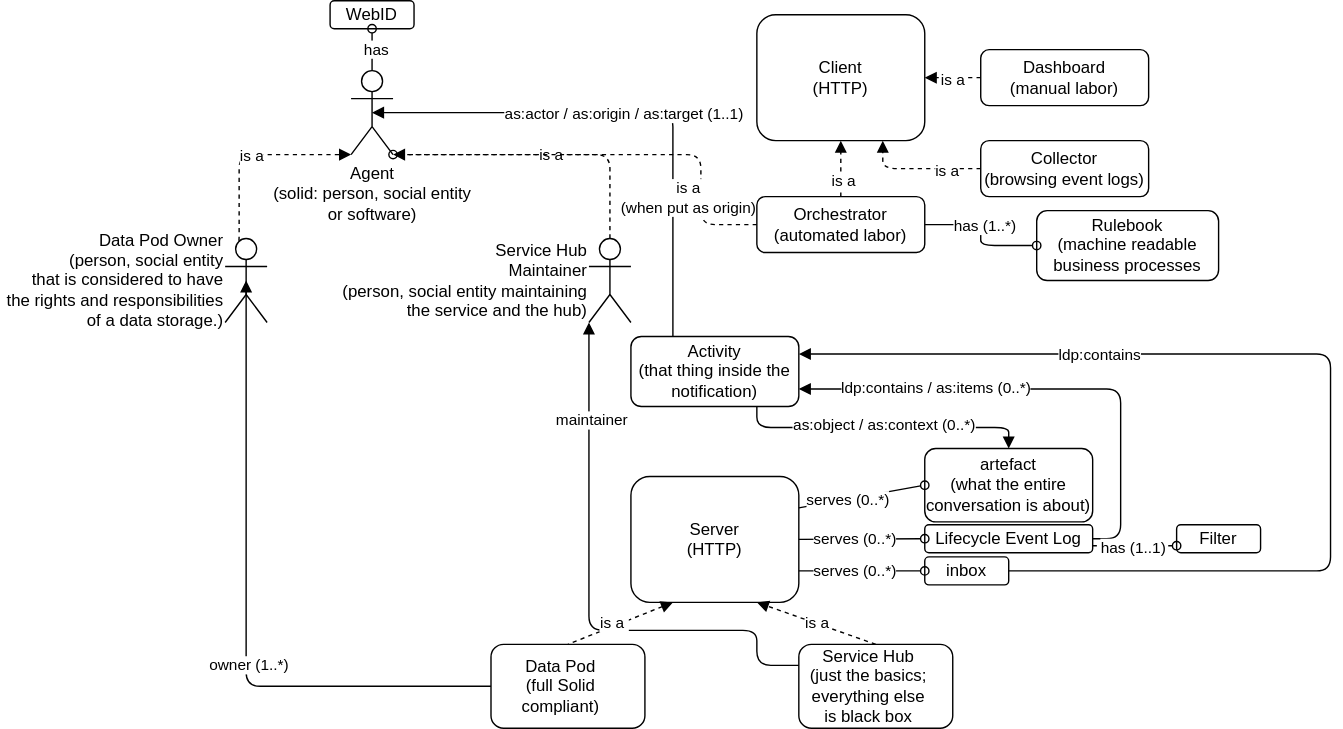
The draw.io diagram images/terminology.svg in MellonScholarlyCommunication/spec-overview, before a commit. Source tidied: cells renumbered, new cells last; positions are measured from the earlier drawing's top-left corner, leaving out a move shared by most shapes.
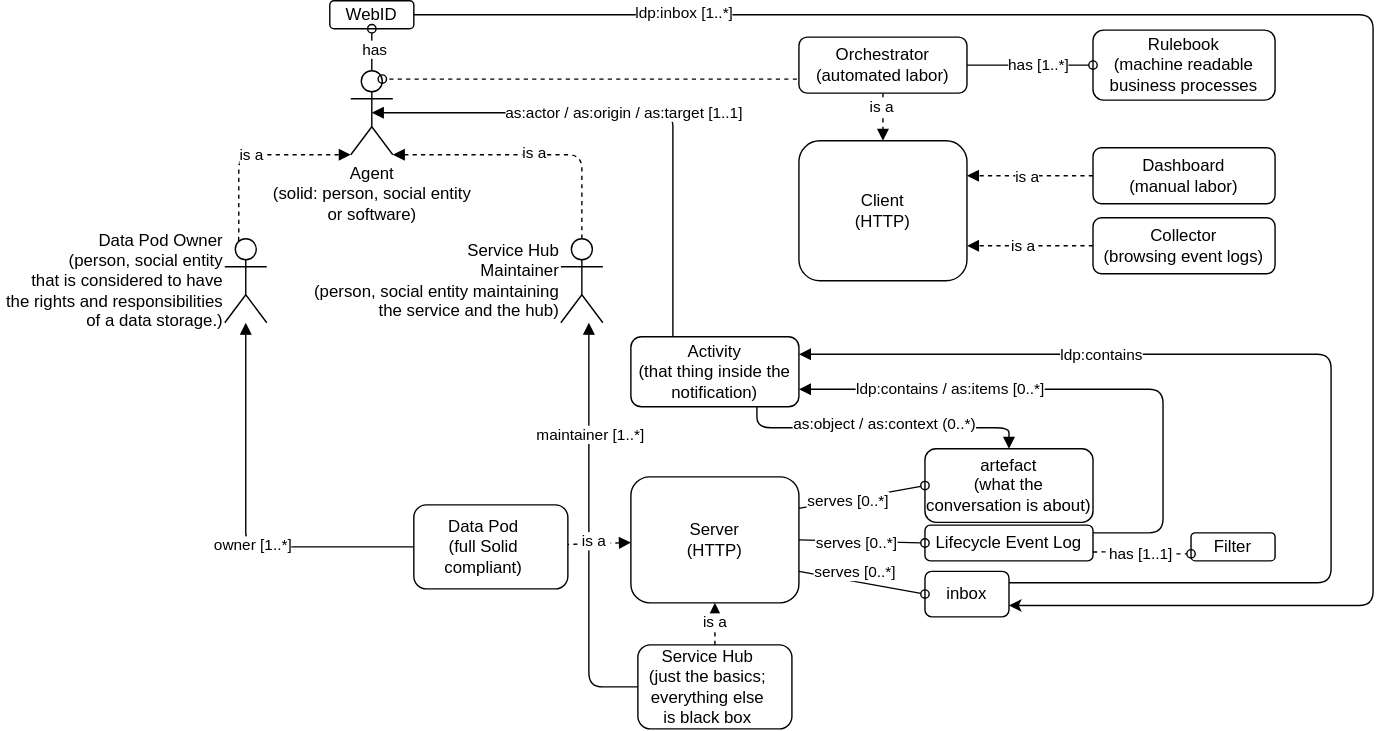
Above is the later version.

Commit message:
Updates terminology diagram

Change to the diagram source:
```diff
@@ -5,7 +5,7 @@
     <mxCell id="2" style="edgeStyle=orthogonalEdgeStyle;html=1;exitX=0.5;exitY=0.5;exitDx=0;exitDy=0;exitPerimeter=0;entryX=0.25;entryY=0;entryDx=0;entryDy=0;startArrow=block;startFill=1;endArrow=none;endFill=0;" parent="1" edge="1" source="6" target="35">
       <mxGeometry relative="1" as="geometry" />
     </mxCell>
-    <mxCell id="3" value="as:actor / as:origin / as:target (1..1)" style="edgeLabel;html=1;align=center;verticalAlign=middle;" parent="2" vertex="1">
+    <mxCell id="3" value="as:actor / as:origin / as:target [1..1]" style="edgeLabel;html=1;align=center;verticalAlign=middle;" parent="2" vertex="1">
       <mxGeometry x="-0.1" relative="1" as="geometry">
         <mxPoint x="10" as="offset" />
       </mxGeometry>
@@ -19,20 +19,20 @@
     <mxCell id="6" value="Agent&lt;br&gt;(solid: person, social entity &lt;br&gt;or software)" style="shape=umlActor;verticalLabelPosition=bottom;verticalAlign=top;html=1;outlineConnect=0;" parent="1" vertex="1">
       <mxGeometry x="90" y="50" width="30" height="60" as="geometry" />
     </mxCell>
-    <mxCell id="7" style="edgeStyle=orthogonalEdgeStyle;html=1;exitX=0;exitY=0.5;exitDx=0;exitDy=0;startArrow=none;startFill=0;endArrow=block;endFill=1;entryX=0.5;entryY=0.5;entryDx=0;entryDy=0;entryPerimeter=0;" parent="1" edge="1" source="9" target="39">
+    <mxCell id="7" style="edgeStyle=orthogonalEdgeStyle;html=1;exitX=0;exitY=0.5;exitDx=0;exitDy=0;startArrow=none;startFill=0;endArrow=block;endFill=1;" parent="1" edge="1" source="9" target="39">
       <mxGeometry relative="1" as="geometry">
         <Array as="points">
-          <mxPoint x="15" y="490" />
+          <mxPoint x="15" y="390" />
         </Array>
       </mxGeometry>
     </mxCell>
-    <mxCell id="8" value="owner (1..*)" style="edgeLabel;html=1;align=center;verticalAlign=middle;" parent="7" vertex="1">
+    <mxCell id="8" value="owner [1..*]" style="edgeLabel;html=1;align=center;verticalAlign=middle;" parent="7" vertex="1">
       <mxGeometry x="-0.18" y="-1" relative="1" as="geometry" />
     </mxCell>
     <mxCell id="9" value="&lt;div&gt;Data Pod&lt;br&gt;&lt;/div&gt;&lt;div&gt;(full Solid compliant)&lt;/div&gt;" style="rounded=1;whiteSpace=wrap;html=1;strokeWidth=1;strokeColor=default;align=center;verticalAlign=middle;spacingRight=10;fillColor=none;" parent="1" vertex="1">
-      <mxGeometry x="190" y="460" width="110" height="60" as="geometry" />
+      <mxGeometry x="135" y="360" width="110" height="60" as="geometry" />
     </mxCell>
-    <mxCell id="10" style="edgeStyle=none;html=1;exitX=0.5;exitY=0;exitDx=0;exitDy=0;entryX=0.75;entryY=1;entryDx=0;entryDy=0;endArrow=block;endFill=1;dashed=1;" parent="1" edge="1" source="14" target="22">
+    <mxCell id="10" style="edgeStyle=none;html=1;exitX=0.5;exitY=0;exitDx=0;exitDy=0;endArrow=block;endFill=1;dashed=1;" parent="1" edge="1" source="14" target="22">
       <mxGeometry relative="1" as="geometry" />
     </mxCell>
     <mxCell id="11" value="is a" style="edgeLabel;html=1;align=center;verticalAlign=middle;" parent="10" vertex="1">
@@ -40,25 +40,25 @@
         <mxPoint y="-1" as="offset" />
       </mxGeometry>
     </mxCell>
-    <mxCell id="12" style="edgeStyle=orthogonalEdgeStyle;html=1;exitX=0;exitY=0.25;exitDx=0;exitDy=0;startArrow=none;startFill=0;endArrow=block;endFill=1;entryX=0;entryY=1;entryDx=0;entryDy=0;entryPerimeter=0;" parent="1" edge="1" source="14" target="42">
+    <mxCell id="12" style="edgeStyle=orthogonalEdgeStyle;html=1;startArrow=none;startFill=0;endArrow=block;endFill=1;exitX=0;exitY=0.5;exitDx=0;exitDy=0;" parent="1" edge="1" source="14" target="42">
       <mxGeometry relative="1" as="geometry">
         <Array as="points">
-          <mxPoint x="380" y="475" />
-          <mxPoint x="380" y="450" />
-          <mxPoint x="260" y="450" />
+          <mxPoint x="260" y="490" />
         </Array>
       </mxGeometry>
     </mxCell>
-    <mxCell id="13" value="maintainer" style="edgeLabel;html=1;align=center;verticalAlign=middle;" parent="12" vertex="1">
-      <mxGeometry x="0.65" y="-1" relative="1" as="geometry" />
+    <mxCell id="13" value="maintainer [1..*]" style="edgeLabel;html=1;align=center;verticalAlign=middle;" parent="12" vertex="1">
+      <mxGeometry x="0.65" y="-1" relative="1" as="geometry">
+        <mxPoint y="28" as="offset" />
+      </mxGeometry>
     </mxCell>
     <mxCell id="14" value="&lt;div&gt;Service Hub&lt;br&gt;&lt;/div&gt;&lt;div&gt;(just the basics; everything else is&amp;nbsp;&lt;span&gt;black box&lt;/span&gt;&lt;/div&gt;" style="rounded=1;whiteSpace=wrap;html=1;strokeWidth=1;strokeColor=default;align=center;verticalAlign=middle;spacingRight=10;fillColor=none;" parent="1" vertex="1">
-      <mxGeometry x="410" y="460" width="110" height="60" as="geometry" />
+      <mxGeometry x="295" y="460" width="110" height="60" as="geometry" />
     </mxCell>
     <mxCell id="15" style="edgeStyle=none;html=1;exitX=1;exitY=0.25;exitDx=0;exitDy=0;entryX=0;entryY=0.5;entryDx=0;entryDy=0;endArrow=oval;endFill=0;" parent="1" edge="1" source="22" target="33">
       <mxGeometry relative="1" as="geometry" />
     </mxCell>
-    <mxCell id="16" value="serves (0..*)" style="edgeLabel;html=1;align=center;verticalAlign=middle;" parent="15" vertex="1">
+    <mxCell id="16" value="serves [0..*]" style="edgeLabel;html=1;align=center;verticalAlign=middle;" parent="15" vertex="1">
       <mxGeometry x="-0.23" y="1" relative="1" as="geometry">
         <mxPoint y="1" as="offset" />
       </mxGeometry>
@@ -66,7 +66,7 @@
     <mxCell id="17" style="edgeStyle=none;html=1;exitX=1;exitY=0.5;exitDx=0;exitDy=0;entryX=0;entryY=0.5;entryDx=0;entryDy=0;endArrow=oval;endFill=0;" parent="1" edge="1" source="22" target="30">
       <mxGeometry relative="1" as="geometry" />
     </mxCell>
-    <mxCell id="18" value="serves (0..*)" style="edgeLabel;html=1;align=center;verticalAlign=middle;" parent="17" vertex="1">
+    <mxCell id="18" value="serves [0..*]" style="edgeLabel;html=1;align=center;verticalAlign=middle;" parent="17" vertex="1">
       <mxGeometry x="0.03" y="2" relative="1" as="geometry">
         <mxPoint x="-6" y="2" as="offset" />
       </mxGeometry>
@@ -74,7 +74,7 @@
     <mxCell id="19" style="edgeStyle=none;html=1;exitX=1;exitY=0.75;exitDx=0;exitDy=0;entryX=0;entryY=0.5;entryDx=0;entryDy=0;endArrow=oval;endFill=0;" parent="1" edge="1" source="22" target="25">
       <mxGeometry relative="1" as="geometry" />
     </mxCell>
-    <mxCell id="20" style="edgeStyle=none;html=1;exitX=0.25;exitY=1;exitDx=0;exitDy=0;entryX=0.5;entryY=0;entryDx=0;entryDy=0;endArrow=none;endFill=0;startArrow=block;startFill=1;dashed=1;" parent="1" edge="1" source="22" target="9">
+    <mxCell id="20" style="edgeStyle=none;html=1;endArrow=none;endFill=0;startArrow=block;startFill=1;dashed=1;" parent="1" edge="1" source="22" target="9">
       <mxGeometry relative="1" as="geometry" />
     </mxCell>
     <mxCell id="21" value="is a&amp;nbsp;" style="edgeLabel;html=1;align=center;verticalAlign=middle;" parent="20" vertex="1">
@@ -83,10 +83,10 @@
     <mxCell id="22" value="Server&lt;br&gt;(HTTP)" style="rounded=1;whiteSpace=wrap;html=1;fillColor=none;" parent="1" vertex="1">
       <mxGeometry x="290" y="340" width="120" height="90" as="geometry" />
     </mxCell>
-    <mxCell id="23" style="edgeStyle=orthogonalEdgeStyle;html=1;exitX=1;exitY=0.5;exitDx=0;exitDy=0;entryX=1;entryY=0.25;entryDx=0;entryDy=0;startArrow=none;startFill=0;endArrow=block;endFill=1;" parent="1" edge="1" source="25" target="35">
+    <mxCell id="23" style="edgeStyle=orthogonalEdgeStyle;html=1;entryX=1;entryY=0.25;entryDx=0;entryDy=0;startArrow=none;startFill=0;endArrow=block;endFill=1;exitX=1;exitY=0.25;exitDx=0;exitDy=0;" parent="1" edge="1" source="25" target="35">
       <mxGeometry relative="1" as="geometry">
         <Array as="points">
-          <mxPoint x="790" y="408" />
+          <mxPoint x="790" y="416" />
           <mxPoint x="790" y="253" />
         </Array>
       </mxGeometry>
@@ -95,17 +95,17 @@
       <mxGeometry x="0.44" relative="1" as="geometry" />
     </mxCell>
     <mxCell id="25" value="inbox" style="rounded=1;whiteSpace=wrap;html=1;fillColor=none;" parent="1" vertex="1">
-      <mxGeometry x="500" y="397.5" width="60" height="20" as="geometry" />
+      <mxGeometry x="500" y="407.5" width="60" height="32.5" as="geometry" />
     </mxCell>
-    <mxCell id="26" style="edgeStyle=orthogonalEdgeStyle;html=1;exitX=1;exitY=0.5;exitDx=0;exitDy=0;entryX=1;entryY=0.75;entryDx=0;entryDy=0;startArrow=none;startFill=0;endArrow=block;endFill=1;" parent="1" edge="1" source="30" target="35">
+    <mxCell id="26" style="edgeStyle=orthogonalEdgeStyle;html=1;entryX=1;entryY=0.75;entryDx=0;entryDy=0;startArrow=none;startFill=0;endArrow=block;endFill=1;" parent="1" edge="1" source="30" target="35">
       <mxGeometry relative="1" as="geometry">
         <Array as="points">
-          <mxPoint x="640" y="385" />
-          <mxPoint x="640" y="278" />
+          <mxPoint x="670" y="380" />
+          <mxPoint x="670" y="278" />
         </Array>
       </mxGeometry>
     </mxCell>
-    <mxCell id="27" value="ldp:contains / as:items (0..*)" style="edgeLabel;html=1;align=center;verticalAlign=middle;" parent="26" vertex="1">
+    <mxCell id="27" value="ldp:contains / as:items [0..*]" style="edgeLabel;html=1;align=center;verticalAlign=middle;" parent="26" vertex="1">
       <mxGeometry x="0.6" y="-1" relative="1" as="geometry">
         <mxPoint x="25" as="offset" />
       </mxGeometry>
@@ -113,11 +113,11 @@
     <mxCell id="28" style="edgeStyle=orthogonalEdgeStyle;html=1;exitX=1;exitY=0.75;exitDx=0;exitDy=0;entryX=0;entryY=0.75;entryDx=0;entryDy=0;dashed=1;startArrow=none;startFill=0;endArrow=oval;endFill=0;" parent="1" edge="1" source="30" target="57">
       <mxGeometry relative="1" as="geometry" />
     </mxCell>
-    <mxCell id="29" value="has (1..1)" style="edgeLabel;html=1;align=center;verticalAlign=middle;" parent="28" vertex="1">
+    <mxCell id="29" value="has [1..1]" style="edgeLabel;html=1;align=center;verticalAlign=middle;" parent="28" vertex="1">
       <mxGeometry x="-0.05" y="-1" relative="1" as="geometry" />
     </mxCell>
     <mxCell id="30" value="Lifecycle Event Log" style="rounded=1;whiteSpace=wrap;html=1;fillColor=none;" parent="1" vertex="1">
-      <mxGeometry x="500" y="374.5" width="120" height="20" as="geometry" />
+      <mxGeometry x="500" y="374.5" width="120" height="25.5" as="geometry" />
     </mxCell>
     <mxCell id="31" style="edgeStyle=orthogonalEdgeStyle;html=1;exitX=0.5;exitY=0;exitDx=0;exitDy=0;entryX=0.75;entryY=1;entryDx=0;entryDy=0;startArrow=block;startFill=1;endArrow=none;endFill=0;" parent="1" edge="1" source="33" target="35">
       <mxGeometry relative="1" as="geometry" />
@@ -127,16 +127,27 @@
         <mxPoint x="23" as="offset" />
       </mxGeometry>
     </mxCell>
-    <mxCell id="33" value="artefact&lt;br&gt;(what the entire conversation is about)" style="rounded=1;whiteSpace=wrap;html=1;fillColor=none;strokeColor=#000000;strokeWidth=1;" parent="1" vertex="1">
+    <mxCell id="33" value="artefact&lt;br&gt;(what the conversation is about)" style="rounded=1;whiteSpace=wrap;html=1;fillColor=none;strokeColor=#000000;strokeWidth=1;" parent="1" vertex="1">
       <mxGeometry x="500" y="320" width="120" height="52.5" as="geometry" />
     </mxCell>
+    <mxCell id="59" style="edgeStyle=orthogonalEdgeStyle;html=1;exitX=1;exitY=0.5;exitDx=0;exitDy=0;entryX=1;entryY=0.75;entryDx=0;entryDy=0;jumpStyle=none;" parent="1" edge="1" source="34" target="25">
+      <mxGeometry relative="1" as="geometry">
+        <Array as="points">
+          <mxPoint x="820" y="10" />
+          <mxPoint x="820" y="432" />
+        </Array>
+      </mxGeometry>
+    </mxCell>
+    <mxCell id="60" value="ldp:inbox [1..*]" style="edgeLabel;html=1;align=center;verticalAlign=middle;" parent="59" vertex="1">
+      <mxGeometry x="-0.72" y="1" relative="1" as="geometry" />
+    </mxCell>
     <mxCell id="34" value="WebID" style="rounded=1;whiteSpace=wrap;html=1;fillColor=none;" parent="1" vertex="1">
       <mxGeometry x="75" width="60" height="20" as="geometry" />
     </mxCell>
     <mxCell id="35" value="Activity&lt;br&gt;(that thing inside the notification)" style="rounded=1;whiteSpace=wrap;html=1;fillColor=default;" parent="1" vertex="1">
       <mxGeometry x="290" y="240" width="120" height="50" as="geometry" />
     </mxCell>
-    <mxCell id="36" value="serves (0..*)" style="edgeLabel;html=1;align=center;verticalAlign=middle;" parent="1" vertex="1">
+    <mxCell id="36" value="serves [0..*]" style="edgeLabel;html=1;align=center;verticalAlign=middle;" parent="1" vertex="1">
       <mxGeometry x="450" y="407.5" as="geometry" />
     </mxCell>
     <mxCell id="37" style="edgeStyle=orthogonalEdgeStyle;html=1;exitX=0.25;exitY=0.1;exitDx=0;exitDy=0;exitPerimeter=0;entryX=0;entryY=1;entryDx=0;entryDy=0;entryPerimeter=0;startArrow=none;startFill=0;endArrow=block;endFill=1;dashed=1;" parent="1" edge="1" source="39" target="6">
@@ -156,7 +167,7 @@
     <mxCell id="40" style="edgeStyle=orthogonalEdgeStyle;html=1;exitX=0.5;exitY=0;exitDx=0;exitDy=0;exitPerimeter=0;entryX=1;entryY=1;entryDx=0;entryDy=0;entryPerimeter=0;startArrow=none;startFill=0;endArrow=block;endFill=1;dashed=1;" parent="1" edge="1" source="42" target="6">
       <mxGeometry relative="1" as="geometry">
         <Array as="points">
-          <mxPoint x="275" y="110" />
+          <mxPoint x="255" y="110" />
         </Array>
       </mxGeometry>
     </mxCell>
@@ -164,65 +175,60 @@
       <mxGeometry x="-0.04" y="-1" relative="1" as="geometry" />
     </mxCell>
     <mxCell id="42" value="Service Hub&lt;br&gt;Maintainer&lt;br&gt;(person, social entity maintaining &lt;br&gt;the service and the hub)" style="shape=umlActor;verticalLabelPosition=middle;verticalAlign=middle;html=1;outlineConnect=0;labelPosition=left;align=right;" parent="1" vertex="1">
-      <mxGeometry x="260" y="170" width="30" height="60" as="geometry" />
+      <mxGeometry x="240" y="170" width="30" height="60" as="geometry" />
     </mxCell>
-    <mxCell id="43" style="edgeStyle=orthogonalEdgeStyle;html=1;exitX=0.5;exitY=0;exitDx=0;exitDy=0;dashed=1;startArrow=none;startFill=0;endArrow=block;endFill=1;" parent="1" edge="1" source="49" target="53">
+    <mxCell id="43" style="edgeStyle=orthogonalEdgeStyle;html=1;exitX=0.5;exitY=1;exitDx=0;exitDy=0;dashed=1;startArrow=none;startFill=0;endArrow=block;endFill=1;" parent="1" edge="1" source="49" target="53">
       <mxGeometry relative="1" as="geometry" />
     </mxCell>
     <mxCell id="44" value="is a" style="edgeLabel;html=1;align=center;verticalAlign=middle;" parent="43" vertex="1">
       <mxGeometry x="-0.39" y="-1" relative="1" as="geometry" />
     </mxCell>
-    <mxCell id="45" style="edgeStyle=orthogonalEdgeStyle;html=1;exitX=1;exitY=0.5;exitDx=0;exitDy=0;entryX=0;entryY=0.5;entryDx=0;entryDy=0;startArrow=none;startFill=0;endArrow=oval;endFill=0;" parent="1" edge="1" source="49" target="58">
+    <mxCell id="45" style="edgeStyle=orthogonalEdgeStyle;html=1;exitX=1;exitY=0.5;exitDx=0;exitDy=0;entryX=0;entryY=0.5;entryDx=0;entryDy=0;startArrow=none;startFill=0;endArrow=oval;endFill=0;jumpStyle=arc;" parent="1" edge="1" source="49" target="58">
       <mxGeometry relative="1" as="geometry" />
     </mxCell>
-    <mxCell id="46" value="has (1..*)" style="edgeLabel;html=1;align=center;verticalAlign=middle;" parent="45" vertex="1">
+    <mxCell id="46" value="has [1..*]" style="edgeLabel;html=1;align=center;verticalAlign=middle;" parent="45" vertex="1">
       <mxGeometry x="-0.16" y="1" relative="1" as="geometry">
-        <mxPoint x="1" as="offset" />
+        <mxPoint x="12" y="1" as="offset" />
       </mxGeometry>
     </mxCell>
-    <mxCell id="47" style="edgeStyle=orthogonalEdgeStyle;html=1;exitX=0;exitY=0.5;exitDx=0;exitDy=0;startArrow=none;startFill=0;endArrow=oval;endFill=0;dashed=1;" parent="1" edge="1" source="49">
+    <mxCell id="47" style="edgeStyle=orthogonalEdgeStyle;html=1;startArrow=none;startFill=0;endArrow=oval;endFill=0;dashed=1;entryX=0.75;entryY=0.1;entryDx=0;entryDy=0;entryPerimeter=0;exitX=0;exitY=0.75;exitDx=0;exitDy=0;" parent="1" edge="1" source="49" target="6">
       <mxGeometry relative="1" as="geometry">
-        <mxPoint x="120" y="110" as="targetPoint" />
         <Array as="points">
-          <mxPoint x="340" y="160" />
-          <mxPoint x="340" y="110" />
+          <mxPoint x="414" y="56" />
         </Array>
       </mxGeometry>
     </mxCell>
-    <mxCell id="48" value="is a &lt;br&gt;(when put as origin)" style="edgeLabel;html=1;align=center;verticalAlign=middle;" parent="47" vertex="1">
-      <mxGeometry x="-0.13" relative="1" as="geometry">
-        <mxPoint x="34" y="30" as="offset" />
-      </mxGeometry>
-    </mxCell>
     <mxCell id="49" value="Orchestrator&lt;br&gt;(automated labor)" style="rounded=1;whiteSpace=wrap;html=1;fillColor=default;" parent="1" vertex="1">
-      <mxGeometry x="380" y="140" width="120" height="40" as="geometry" />
+      <mxGeometry x="410" y="26" width="120" height="40" as="geometry" />
     </mxCell>
-    <mxCell id="50" style="edgeStyle=orthogonalEdgeStyle;html=1;exitX=0;exitY=0.5;exitDx=0;exitDy=0;entryX=0.75;entryY=1;entryDx=0;entryDy=0;dashed=1;startArrow=none;startFill=0;endArrow=block;endFill=1;" parent="1" edge="1" source="52" target="53">
+    <mxCell id="50" style="edgeStyle=orthogonalEdgeStyle;html=1;exitX=0;exitY=0.5;exitDx=0;exitDy=0;entryX=1;entryY=0.75;entryDx=0;entryDy=0;dashed=1;startArrow=none;startFill=0;endArrow=block;endFill=1;" parent="1" edge="1" source="52" target="53">
       <mxGeometry relative="1" as="geometry" />
     </mxCell>
     <mxCell id="51" value="is a" style="edgeLabel;html=1;align=center;verticalAlign=middle;" parent="50" vertex="1">
-      <mxGeometry x="-0.45" y="1" relative="1" as="geometry" />
+      <mxGeometry x="-0.45" y="1" relative="1" as="geometry">
+        <mxPoint x="-25" y="-1" as="offset" />
+      </mxGeometry>
     </mxCell>
     <mxCell id="52" value="Collector&lt;br&gt;(browsing event logs)" style="rounded=1;whiteSpace=wrap;html=1;fillColor=default;" parent="1" vertex="1">
-      <mxGeometry x="540" y="100" width="120" height="40" as="geometry" />
+      <mxGeometry x="620" y="155" width="130" height="40" as="geometry" />
     </mxCell>
     <mxCell id="53" value="Client&lt;br&gt;(HTTP)" style="rounded=1;whiteSpace=wrap;html=1;fillColor=none;" parent="1" vertex="1">
-      <mxGeometry x="380" y="10" width="120" height="90" as="geometry" />
+      <mxGeometry x="410" y="100" width="120" height="100" as="geometry" />
     </mxCell>
-    <mxCell id="54" style="edgeStyle=orthogonalEdgeStyle;html=1;exitX=0;exitY=0.5;exitDx=0;exitDy=0;entryX=1;entryY=0.5;entryDx=0;entryDy=0;dashed=1;startArrow=none;startFill=0;endArrow=block;endFill=1;" parent="1" edge="1" source="56" target="53">
+    <mxCell id="54" style="edgeStyle=orthogonalEdgeStyle;html=1;exitX=0;exitY=0.5;exitDx=0;exitDy=0;entryX=1;entryY=0.25;entryDx=0;entryDy=0;dashed=1;startArrow=none;startFill=0;endArrow=block;endFill=1;" parent="1" edge="1" source="56" target="53">
       <mxGeometry relative="1" as="geometry" />
     </mxCell>
     <mxCell id="55" value="is a" style="edgeLabel;html=1;align=center;verticalAlign=middle;" parent="54" vertex="1">
       <mxGeometry x="0.05" y="1" relative="1" as="geometry" />
     </mxCell>
     <mxCell id="56" value="Dashboard&lt;br&gt;(manual labor)" style="rounded=1;whiteSpace=wrap;html=1;fillColor=default;" parent="1" vertex="1">
-      <mxGeometry x="540" y="35" width="120" height="40" as="geometry" />
+      <mxGeometry x="620" y="105" width="130" height="40" as="geometry" />
     </mxCell>
     <mxCell id="57" value="Filter" style="rounded=1;whiteSpace=wrap;html=1;fillColor=none;" parent="1" vertex="1">
-      <mxGeometry x="680" y="374.5" width="60" height="20" as="geometry" />
+      <mxGeometry x="690" y="380" width="60" height="20" as="geometry" />
     </mxCell>
     <mxCell id="58" value="Rulebook&lt;br&gt;(machine readable business processes" style="rounded=1;whiteSpace=wrap;html=1;fillColor=none;" parent="1" vertex="1">
-      <mxGeometry x="580" y="150" width="130" height="50" as="geometry" />
+      <mxGeometry x="620" y="21" width="130" height="50" as="geometry" />
     </mxCell>
   </root>
 </mxGraphModel>
```
